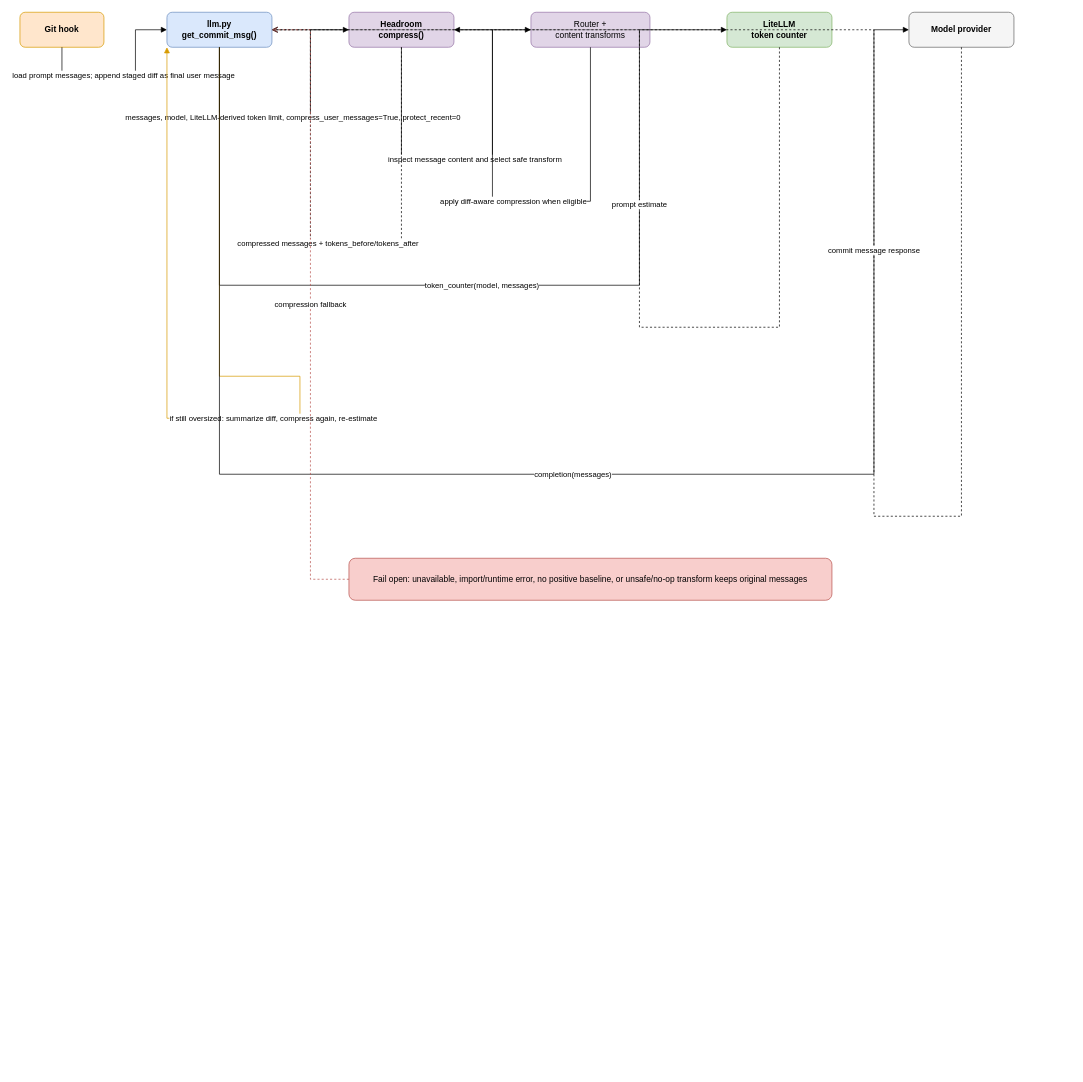
Above: docs/assets/diagrams/headroom-sequence.drawio in electrocucaracha/ai-prepare-commit-msg (draw.io), before the change. Source tidied: cells renumbered, new cells numbered last; positions are measured from the earlier drawing's top-left corner, leaving out a move shared by most shapes. Both pictures are drawn from the tidied source at 70%, with x=0, y=0 at pixel (20, 12).
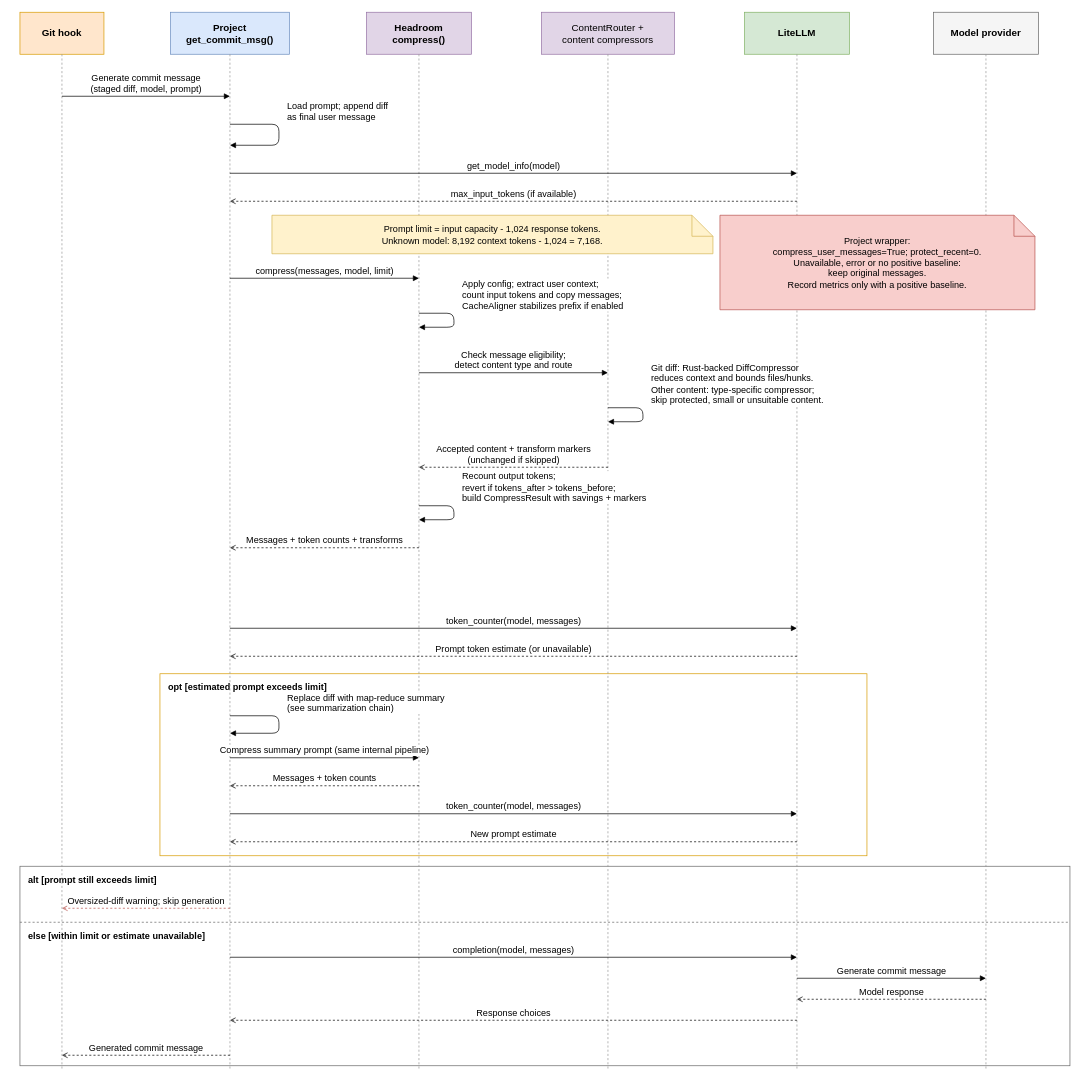
The same diagram, later.

Commit message (it also covers changes not shown here):
docs: redesign headroom compression sequence diagram and expand docs

What changed in the source:
```diff
@@
+    <mxCell id="20" style="fillColor=none;strokeColor=#d79b00;" parent="1" vertex="1">
+      <mxGeometry x="200" y="945" width="1010" height="260" as="geometry" />
+    </mxCell>
+    <mxCell id="21" value="opt [estimated prompt exceeds limit]" style="text;html=1;align=left;verticalAlign=top;fontStyle=1;fontSize=13;" parent="1" vertex="1">
+      <mxGeometry x="210" y="950" width="420" height="30" as="geometry" />
+    </mxCell>
+    <mxCell id="22" style="fillColor=none;strokeColor=#666666;" parent="1" vertex="1">
+      <mxGeometry y="1220" width="1500" height="285" as="geometry" />
+    </mxCell>
+    <mxCell id="23" value="alt [prompt still exceeds limit]" style="text;html=1;align=left;verticalAlign=top;fontStyle=1;fontSize=13;" parent="1" vertex="1">
+      <mxGeometry x="10" y="1225" width="420" height="30" as="geometry" />
+    </mxCell>
+    <mxCell id="24" style="endArrow=none;dashed=1;strokeColor=#666666;" parent="1" edge="1">
+      <mxGeometry relative="1" as="geometry">
+        <mxPoint y="1300" as="sourcePoint" />
+        <mxPoint x="1500" y="1300" as="targetPoint" />
+      </mxGeometry>
+    </mxCell>
+    <mxCell id="25" value="else [within limit or estimate unavailable]" style="text;html=1;align=left;verticalAlign=top;fontStyle=1;fontSize=13;" parent="1" vertex="1">
+      <mxGeometry x="10" y="1305" width="440" height="30" as="geometry" />
+    </mxCell>
-    <mxCell id="2" value="Git hook" style="rounded=1;whiteSpace=wrap;html=1;fillColor=#ffe6cc;strokeColor=#d79b00;fontStyle=1;" parent="1" vertex="1">
-      <mxGeometry width="120" height="50" as="geometry" />
+    <mxCell id="2" value="Git hook" style="rounded=0;whiteSpace=wrap;html=1;fillColor=#ffe6cc;strokeColor=#d79b00;fontStyle=1;fontSize=14;" parent="1" vertex="1">
+      <mxGeometry width="120" height="60" as="geometry" />
     </mxCell>
-    <mxCell id="3" value="llm.py&#10;get_commit_msg()" style="rounded=1;whiteSpace=wrap;html=1;fillColor=#dae8fc;strokeColor=#6c8ebf;fontStyle=1;" parent="1" vertex="1">
-      <mxGeometry x="210" width="150" height="50" as="geometry" />
-    </mxCell>
+    <mxCell id="26" value="Project&#10;get_commit_msg()" style="rounded=0;whiteSpace=wrap;html=1;fillColor=#dae8fc;strokeColor=#6c8ebf;fontStyle=1;fontSize=14;" parent="1" vertex="1">
+      <mxGeometry x="215" width="170" height="60" as="geometry" />
+    </mxCell>
-    <mxCell id="4" value="Headroom&#10;compress()" style="rounded=1;whiteSpace=wrap;html=1;fillColor=#e1d5e7;strokeColor=#9673a6;fontStyle=1;" parent="1" vertex="1">
-      <mxGeometry x="470" width="150" height="50" as="geometry" />
+    <mxCell id="4" value="Headroom&#10;compress()" style="rounded=0;whiteSpace=wrap;html=1;fillColor=#e1d5e7;strokeColor=#9673a6;fontStyle=1;fontSize=14;" parent="1" vertex="1">
+      <mxGeometry x="495" width="150" height="60" as="geometry" />
     </mxCell>
-    <mxCell id="5" value="Router +&#10;content transforms" style="rounded=1;whiteSpace=wrap;html=1;fillColor=#e1d5e7;strokeColor=#9673a6;" parent="1" vertex="1">
-      <mxGeometry x="730" width="170" height="50" as="geometry" />
-    </mxCell>
-    <mxCell id="6" value="LiteLLM&#10;token counter" style="rounded=1;whiteSpace=wrap;html=1;fillColor=#d5e8d4;strokeColor=#82b366;fontStyle=1;" parent="1" vertex="1">
-      <mxGeometry x="1010" width="150" height="50" as="geometry" />
-    </mxCell>
+    <mxCell id="27" value="ContentRouter +&#10;content compressors" style="rounded=0;whiteSpace=wrap;html=1;fillColor=#e1d5e7;strokeColor=#9673a6;fontSize=14;" parent="1" vertex="1">
+      <mxGeometry x="745" width="190" height="60" as="geometry" />
+    </mxCell>
+    <mxCell id="28" value="LiteLLM" style="rounded=0;whiteSpace=wrap;html=1;fillColor=#d5e8d4;strokeColor=#82b366;fontStyle=1;fontSize=14;" parent="1" vertex="1">
+      <mxGeometry x="1035" width="150" height="60" as="geometry" />
+    </mxCell>
-    <mxCell id="7" value="Model provider" style="rounded=1;whiteSpace=wrap;html=1;fillColor=#f5f5f5;strokeColor=#666666;fontStyle=1;" parent="1" vertex="1">
-      <mxGeometry x="1270" width="150" height="50" as="geometry" />
+    <mxCell id="7" value="Model provider" style="rounded=0;whiteSpace=wrap;html=1;fillColor=#f5f5f5;strokeColor=#666666;fontStyle=1;fontSize=14;" parent="1" vertex="1">
+      <mxGeometry x="1305" width="150" height="60" as="geometry" />
     </mxCell>
-    <mxCell id="8" value="load prompt messages; append staged diff as final user message" style="edgeStyle=orthogonalEdgeStyle;rounded=0;jettySize=auto;html=1;endArrow=block;" parent="1" edge="1" source="2" target="3">
-      <mxGeometry relative="1" as="geometry">
-        <Array as="points">
-          <mxPoint x="165" y="90" />
-        </Array>
-      </mxGeometry>
-    </mxCell>
-    <mxCell id="9" value="messages, model, LiteLLM-derived token limit, compress_user_messages=True, protect_recent=0" style="edgeStyle=orthogonalEdgeStyle;rounded=0;jettySize=auto;html=1;endArrow=block;" parent="1" edge="1" source="3" target="4">
-      <mxGeometry relative="1" as="geometry">
-        <Array as="points">
-          <mxPoint x="415" y="150" />
-        </Array>
-      </mxGeometry>
-    </mxCell>
-    <mxCell id="10" value="inspect message content and select safe transform" style="edgeStyle=orthogonalEdgeStyle;rounded=0;jettySize=auto;html=1;endArrow=block;" parent="1" edge="1" source="4" target="5">
-      <mxGeometry relative="1" as="geometry">
-        <Array as="points">
-          <mxPoint x="675" y="210" />
-        </Array>
-      </mxGeometry>
-    </mxCell>
-    <mxCell id="11" value="apply diff-aware compression when eligible" style="edgeStyle=orthogonalEdgeStyle;rounded=0;jettySize=auto;html=1;endArrow=block;" parent="1" edge="1" source="5" target="4">
-      <mxGeometry relative="1" as="geometry">
-        <Array as="points">
-          <mxPoint x="675" y="270" />
-        </Array>
-      </mxGeometry>
-    </mxCell>
-    <mxCell id="12" value="compressed messages + tokens_before/tokens_after" style="edgeStyle=orthogonalEdgeStyle;rounded=0;jettySize=auto;html=1;dashed=1;endArrow=open;" parent="1" edge="1" source="4" target="3">
-      <mxGeometry relative="1" as="geometry">
-        <Array as="points">
-          <mxPoint x="415" y="330" />
-        </Array>
-      </mxGeometry>
-    </mxCell>
-    <mxCell id="13" value="token_counter(model, messages)" style="edgeStyle=orthogonalEdgeStyle;rounded=0;jettySize=auto;html=1;endArrow=block;" parent="1" edge="1" source="3" target="6">
-      <mxGeometry relative="1" as="geometry">
-        <Array as="points">
-          <mxPoint x="885" y="390" />
-        </Array>
-      </mxGeometry>
-    </mxCell>
-    <mxCell id="14" value="prompt estimate" style="edgeStyle=orthogonalEdgeStyle;rounded=0;jettySize=auto;html=1;dashed=1;endArrow=open;" parent="1" edge="1" source="6" target="3">
-      <mxGeometry relative="1" as="geometry">
-        <Array as="points">
-          <mxPoint x="885" y="450" />
-        </Array>
-      </mxGeometry>
-    </mxCell>
-    <mxCell id="15" value="if still oversized: summarize diff, compress again, re-estimate" style="edgeStyle=orthogonalEdgeStyle;rounded=0;orthogonalLoop=1;jettySize=auto;html=1;endArrow=block;strokeColor=#d79b00;" parent="1" edge="1" source="3" target="3">
-      <mxGeometry relative="1" as="geometry">
-        <Array as="points">
-          <mxPoint x="400" y="520" />
-          <mxPoint x="400" y="580" />
-          <mxPoint x="210" y="580" />
-        </Array>
-      </mxGeometry>
-    </mxCell>
-    <mxCell id="16" value="completion(messages)" style="edgeStyle=orthogonalEdgeStyle;rounded=0;jettySize=auto;html=1;endArrow=block;" parent="1" edge="1" source="3" target="7">
-      <mxGeometry relative="1" as="geometry">
-        <Array as="points">
-          <mxPoint x="1220" y="660" />
-        </Array>
-      </mxGeometry>
-    </mxCell>
-    <mxCell id="17" value="commit message response" style="edgeStyle=orthogonalEdgeStyle;rounded=0;jettySize=auto;html=1;dashed=1;endArrow=open;" parent="1" edge="1" source="7" target="3">
-      <mxGeometry relative="1" as="geometry">
-        <Array as="points">
-          <mxPoint x="1220" y="720" />
-        </Array>
-      </mxGeometry>
-    </mxCell>
-    <mxCell id="18" value="Fail open: unavailable, import/runtime error, no positive baseline, or unsafe/no-op transform keeps original messages" style="rounded=1;whiteSpace=wrap;html=1;fillColor=#f8cecc;strokeColor=#b85450;" parent="1" vertex="1">
-      <mxGeometry x="470" y="780" width="690" height="60" as="geometry" />
-    </mxCell>
-    <mxCell id="19" value="compression fallback" style="edgeStyle=orthogonalEdgeStyle;rounded=0;jettySize=auto;html=1;dashed=1;endArrow=open;strokeColor=#b85450;" parent="1" edge="1" source="18" target="3">
-      <mxGeometry relative="1" as="geometry">
-        <Array as="points">
-          <mxPoint x="415" y="810" />
-        </Array>
-      </mxGeometry>
-    </mxCell>
+    <mxCell id="29" style="endArrow=none;dashed=1;strokeColor=#999999;" parent="1" edge="1">
+      <mxGeometry relative="1" as="geometry">
+        <mxPoint x="60" y="60" as="sourcePoint" />
+        <mxPoint x="60" y="1510" as="targetPoint" />
+      </mxGeometry>
+    </mxCell>
+    <mxCell id="30" style="endArrow=none;dashed=1;strokeColor=#999999;" parent="1" edge="1">
+      <mxGeometry relative="1" as="geometry">
+        <mxPoint x="300" y="60" as="sourcePoint" />
+        <mxPoint x="300" y="1510" as="targetPoint" />
+      </mxGeometry>
+    </mxCell>
+    <mxCell id="31" style="endArrow=none;dashed=1;strokeColor=#999999;" parent="1" edge="1">
+      <mxGeometry relative="1" as="geometry">
+        <mxPoint x="570" y="60" as="sourcePoint" />
+        <mxPoint x="570" y="1510" as="targetPoint" />
+      </mxGeometry>
+    </mxCell>
+    <mxCell id="32" style="endArrow=none;dashed=1;strokeColor=#999999;" parent="1" edge="1">
+      <mxGeometry relative="1" as="geometry">
+        <mxPoint x="840" y="60" as="sourcePoint" />
+        <mxPoint x="840" y="1510" as="targetPoint" />
+      </mxGeometry>
+    </mxCell>
+    <mxCell id="33" style="endArrow=none;dashed=1;strokeColor=#999999;" parent="1" edge="1">
+      <mxGeometry relative="1" as="geometry">
+        <mxPoint x="1110" y="60" as="sourcePoint" />
+        <mxPoint x="1110" y="1510" as="targetPoint" />
+      </mxGeometry>
+    </mxCell>
+    <mxCell id="34" style="endArrow=none;dashed=1;strokeColor=#999999;" parent="1" edge="1">
+      <mxGeometry relative="1" as="geometry">
+        <mxPoint x="1380" y="60" as="sourcePoint" />
+        <mxPoint x="1380" y="1510" as="targetPoint" />
+      </mxGeometry>
+    </mxCell>
+    <mxCell id="35" value="Generate commit message&#10;(staged diff, model, prompt)" style="endArrow=block;html=1;verticalAlign=bottom;fontSize=13;labelBackgroundColor=#ffffff;" parent="1" edge="1">
+      <mxGeometry relative="1" as="geometry">
+        <mxPoint x="60" y="120" as="sourcePoint" />
+        <mxPoint x="300" y="120" as="targetPoint" />
+      </mxGeometry>
+    </mxCell>
+    <mxCell id="36" value="Load prompt; append diff&#10;as final user message" style="endArrow=block;html=1;align=left;verticalAlign=bottom;fontSize=13;labelBackgroundColor=#ffffff;" parent="1" edge="1">
+      <mxGeometry x="-1" relative="1" as="geometry">
+        <mxPoint x="300" y="160" as="sourcePoint" />
+        <mxPoint x="300" y="190" as="targetPoint" />
+        <Array as="points">
+          <mxPoint x="370" y="160" />
+          <mxPoint x="370" y="190" />
+        </Array>
+        <mxPoint x="80" as="offset" />
+      </mxGeometry>
+    </mxCell>
+    <mxCell id="37" value="get_model_info(model)" style="endArrow=block;html=1;verticalAlign=bottom;fontSize=13;labelBackgroundColor=#ffffff;" parent="1" edge="1">
+      <mxGeometry relative="1" as="geometry">
+        <mxPoint x="300" y="230" as="sourcePoint" />
+        <mxPoint x="1110" y="230" as="targetPoint" />
+      </mxGeometry>
+    </mxCell>
+    <mxCell id="38" value="max_input_tokens (if available)" style="endArrow=open;endFill=0;dashed=1;html=1;verticalAlign=bottom;fontSize=13;labelBackgroundColor=#ffffff;" parent="1" edge="1">
+      <mxGeometry relative="1" as="geometry">
+        <mxPoint x="1110" y="270" as="sourcePoint" />
+        <mxPoint x="300" y="270" as="targetPoint" />
+      </mxGeometry>
+    </mxCell>
+    <mxCell id="39" value="Prompt limit = input capacity - 1,024 response tokens.&#10;Unknown model: 8,192 context tokens - 1,024 = 7,168." style="shape=note;whiteSpace=wrap;html=1;fillColor=#fff2cc;strokeColor=#d6b656;fontSize=13;" parent="1" vertex="1">
+      <mxGeometry x="360" y="290" width="630" height="55" as="geometry" />
+    </mxCell>
+    <mxCell id="40" value="compress(messages, model, limit)" style="endArrow=block;html=1;verticalAlign=bottom;fontSize=13;labelBackgroundColor=#ffffff;" parent="1" edge="1">
+      <mxGeometry relative="1" as="geometry">
+        <mxPoint x="300" y="380" as="sourcePoint" />
+        <mxPoint x="570" y="380" as="targetPoint" />
+      </mxGeometry>
+    </mxCell>
+    <mxCell id="41" value="Apply config; extract user context;&#10;count input tokens and copy messages;&#10;CacheAligner stabilizes prefix if enabled" style="endArrow=block;html=1;align=left;verticalAlign=bottom;fontSize=13;labelBackgroundColor=#ffffff;" parent="1" edge="1">
+      <mxGeometry x="-1" relative="1" as="geometry">
+        <mxPoint x="570" y="430" as="sourcePoint" />
+        <mxPoint x="570" y="450" as="targetPoint" />
+        <Array as="points">
+          <mxPoint x="620" y="430" />
+          <mxPoint x="620" y="450" />
+        </Array>
+        <mxPoint x="60" as="offset" />
+      </mxGeometry>
+    </mxCell>
+    <mxCell id="42" value="Check message eligibility;&#10;detect content type and route" style="endArrow=block;html=1;verticalAlign=bottom;fontSize=13;labelBackgroundColor=#ffffff;" parent="1" edge="1">
+      <mxGeometry relative="1" as="geometry">
+        <mxPoint x="570" y="515" as="sourcePoint" />
+        <mxPoint x="840" y="515" as="targetPoint" />
+      </mxGeometry>
+    </mxCell>
+    <mxCell id="43" value="Git diff: Rust-backed DiffCompressor&#10;reduces context and bounds files/hunks.&#10;Other content: type-specific compressor;&#10;skip protected, small or unsuitable content." style="endArrow=block;html=1;align=left;verticalAlign=bottom;fontSize=13;labelBackgroundColor=#ffffff;" parent="1" edge="1">
+      <mxGeometry x="-1" relative="1" as="geometry">
+        <mxPoint x="840" y="565" as="sourcePoint" />
+        <mxPoint x="840" y="585" as="targetPoint" />
+        <Array as="points">
+          <mxPoint x="890" y="565" />
+          <mxPoint x="890" y="585" />
+        </Array>
+        <mxPoint x="60" as="offset" />
+      </mxGeometry>
+    </mxCell>
+    <mxCell id="44" value="Accepted content + transform markers&#10;(unchanged if skipped)" style="endArrow=open;endFill=0;dashed=1;html=1;verticalAlign=bottom;fontSize=13;labelBackgroundColor=#ffffff;" parent="1" edge="1">
+      <mxGeometry relative="1" as="geometry">
+        <mxPoint x="840" y="650" as="sourcePoint" />
+        <mxPoint x="570" y="650" as="targetPoint" />
+      </mxGeometry>
+    </mxCell>
+    <mxCell id="45" value="Recount output tokens;&#10;revert if tokens_after &gt; tokens_before;&#10;build CompressResult with savings + markers" style="endArrow=block;html=1;align=left;verticalAlign=bottom;fontSize=13;labelBackgroundColor=#ffffff;" parent="1" edge="1">
+      <mxGeometry x="-1" relative="1" as="geometry">
+        <mxPoint x="570" y="705" as="sourcePoint" />
+        <mxPoint x="570" y="725" as="targetPoint" />
+        <Array as="points">
+          <mxPoint x="620" y="705" />
+          <mxPoint x="620" y="725" />
+        </Array>
+        <mxPoint x="60" as="offset" />
+      </mxGeometry>
+    </mxCell>
+    <mxCell id="46" value="Messages + token counts + transforms" style="endArrow=open;endFill=0;dashed=1;html=1;verticalAlign=bottom;fontSize=13;labelBackgroundColor=#ffffff;" parent="1" edge="1">
+      <mxGeometry relative="1" as="geometry">
+        <mxPoint x="570" y="765" as="sourcePoint" />
+        <mxPoint x="300" y="765" as="targetPoint" />
+      </mxGeometry>
+    </mxCell>
+    <mxCell id="47" value="Project wrapper:&#10;compress_user_messages=True; protect_recent=0.&#10;Unavailable, error or no positive baseline:&#10;keep original messages.&#10;Record metrics only with a positive baseline." style="shape=note;whiteSpace=wrap;html=1;fillColor=#f8cecc;strokeColor=#b85450;fontSize=13;" parent="1" vertex="1">
+      <mxGeometry x="1000" y="290" width="450" height="135" as="geometry" />
+    </mxCell>
+    <mxCell id="48" value="token_counter(model, messages)" style="endArrow=block;html=1;verticalAlign=bottom;fontSize=13;labelBackgroundColor=#ffffff;" parent="1" edge="1">
+      <mxGeometry relative="1" as="geometry">
+        <mxPoint x="300" y="880" as="sourcePoint" />
+        <mxPoint x="1110" y="880" as="targetPoint" />
+      </mxGeometry>
+    </mxCell>
+    <mxCell id="49" value="Prompt token estimate (or unavailable)" style="endArrow=open;endFill=0;dashed=1;html=1;verticalAlign=bottom;fontSize=13;labelBackgroundColor=#ffffff;" parent="1" edge="1">
+      <mxGeometry relative="1" as="geometry">
+        <mxPoint x="1110" y="920" as="sourcePoint" />
+        <mxPoint x="300" y="920" as="targetPoint" />
+      </mxGeometry>
+    </mxCell>
+    <mxCell id="50" value="Replace diff with map-reduce summary&#10;(see summarization chain)" style="endArrow=block;html=1;align=left;verticalAlign=bottom;fontSize=13;labelBackgroundColor=#ffffff;" parent="1" edge="1">
+      <mxGeometry x="-1" relative="1" as="geometry">
+        <mxPoint x="300" y="1005" as="sourcePoint" />
+        <mxPoint x="300" y="1030" as="targetPoint" />
+        <Array as="points">
+          <mxPoint x="370" y="1005" />
+          <mxPoint x="370" y="1030" />
+        </Array>
+        <mxPoint x="80" as="offset" />
+      </mxGeometry>
+    </mxCell>
+    <mxCell id="51" value="Compress summary prompt (same internal pipeline)" style="endArrow=block;html=1;verticalAlign=bottom;fontSize=13;labelBackgroundColor=#ffffff;" parent="1" edge="1">
+      <mxGeometry relative="1" as="geometry">
+        <mxPoint x="300" y="1065" as="sourcePoint" />
+        <mxPoint x="570" y="1065" as="targetPoint" />
+      </mxGeometry>
+    </mxCell>
+    <mxCell id="52" value="Messages + token counts" style="endArrow=open;endFill=0;dashed=1;html=1;verticalAlign=bottom;fontSize=13;labelBackgroundColor=#ffffff;" parent="1" edge="1">
+      <mxGeometry relative="1" as="geometry">
+        <mxPoint x="570" y="1105" as="sourcePoint" />
+        <mxPoint x="300" y="1105" as="targetPoint" />
+      </mxGeometry>
+    </mxCell>
+    <mxCell id="53" value="token_counter(model, messages)" style="endArrow=block;html=1;verticalAlign=bottom;fontSize=13;labelBackgroundColor=#ffffff;" parent="1" edge="1">
+      <mxGeometry relative="1" as="geometry">
+        <mxPoint x="300" y="1145" as="sourcePoint" />
+        <mxPoint x="1110" y="1145" as="targetPoint" />
+      </mxGeometry>
+    </mxCell>
+    <mxCell id="54" value="New prompt estimate" style="endArrow=open;endFill=0;dashed=1;html=1;verticalAlign=bottom;fontSize=13;labelBackgroundColor=#ffffff;" parent="1" edge="1">
+      <mxGeometry relative="1" as="geometry">
+        <mxPoint x="1110" y="1185" as="sourcePoint" />
+        <mxPoint x="300" y="1185" as="targetPoint" />
+      </mxGeometry>
+    </mxCell>
+    <mxCell id="55" value="Oversized-diff warning; skip generation" style="endArrow=open;endFill=0;dashed=1;html=1;verticalAlign=bottom;fontSize=13;labelBackgroundColor=#ffffff;strokeColor=#b85450;" parent="1" edge="1">
+      <mxGeometry relative="1" as="geometry">
+        <mxPoint x="300" y="1280" as="sourcePoint" />
+        <mxPoint x="60" y="1280" as="targetPoint" />
+      </mxGeometry>
+    </mxCell>
+    <mxCell id="56" value="completion(model, messages)" style="endArrow=block;html=1;verticalAlign=bottom;fontSize=13;labelBackgroundColor=#ffffff;" parent="1" edge="1">
+      <mxGeometry relative="1" as="geometry">
+        <mxPoint x="300" y="1350" as="sourcePoint" />
+        <mxPoint x="1110" y="1350" as="targetPoint" />
+      </mxGeometry>
+    </mxCell>
+    <mxCell id="57" value="Generate commit message" style="endArrow=block;html=1;verticalAlign=bottom;fontSize=13;labelBackgroundColor=#ffffff;" parent="1" edge="1">
+      <mxGeometry relative="1" as="geometry">
+        <mxPoint x="1110" y="1380" as="sourcePoint" />
+        <mxPoint x="1380" y="1380" as="targetPoint" />
+      </mxGeometry>
+    </mxCell>
+    <mxCell id="58" value="Model response" style="endArrow=open;endFill=0;dashed=1;html=1;verticalAlign=bottom;fontSize=13;labelBackgroundColor=#ffffff;" parent="1" edge="1">
+      <mxGeometry relative="1" as="geometry">
+        <mxPoint x="1380" y="1410" as="sourcePoint" />
+        <mxPoint x="1110" y="1410" as="targetPoint" />
+      </mxGeometry>
+    </mxCell>
+    <mxCell id="59" value="Response choices" style="endArrow=open;endFill=0;dashed=1;html=1;verticalAlign=bottom;fontSize=13;labelBackgroundColor=#ffffff;" parent="1" edge="1">
+      <mxGeometry relative="1" as="geometry">
+        <mxPoint x="1110" y="1440" as="sourcePoint" />
+        <mxPoint x="300" y="1440" as="targetPoint" />
+      </mxGeometry>
+    </mxCell>
+    <mxCell id="60" value="Generated commit message" style="endArrow=open;endFill=0;dashed=1;html=1;verticalAlign=bottom;fontSize=13;labelBackgroundColor=#ffffff;" parent="1" edge="1">
+      <mxGeometry relative="1" as="geometry">
+        <mxPoint x="300" y="1490" as="sourcePoint" />
+        <mxPoint x="60" y="1490" as="targetPoint" />
+      </mxGeometry>
+    </mxCell>
```
